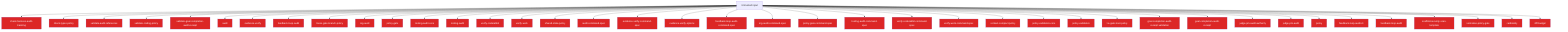
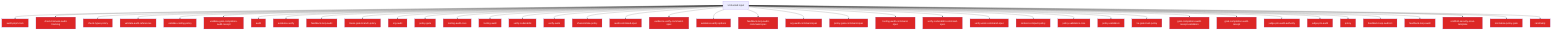
flowchart TD
  Untrusted["Untrusted input"]
+   audit_pnpm_lock_3bdddae2["audit-pnpm-lock"]
+   Untrusted --> audit_pnpm_lock_3bdddae2
  check_harness_audit_tracking_33e6a72e["check-harness-audit-tracking"]
  Untrusted --> check_harness_audit_tracking_33e6a72e
  check_types_policy_cfbecf01["check-types-policy"]
  Untrusted --> check_types_policy_cfbecf01
  validate_audit_references_811f872a["validate-audit-references"]
  Untrusted --> validate_audit_references_811f872a
  validate_coding_policy_29976175["validate-coding-policy"]
  Untrusted --> validate_coding_policy_29976175
  validate_goal_completion_audit_receipt_100d252c["validate-goal-completion-audit-receipt"]
  Untrusted --> validate_goal_completion_audit_receipt_100d252c
  audit_b81f37a0["audit"]
  Untrusted --> audit_b81f37a0
  evidence_verify_3b73c290["evidence-verify"]
  Untrusted --> evidence_verify_3b73c290
  feedback_loop_audit_0ac0ec9d["feedback-loop-audit"]
  Untrusted --> feedback_loop_audit_0ac0ec9d
  linear_gate_branch_policy_13c4707c["linear-gate-branch-policy"]
  Untrusted --> linear_gate_branch_policy_13c4707c
  org_audit_d739e44b["org-audit"]
  Untrusted --> org_audit_d739e44b
  policy_gate_213f7313["policy-gate"]
  Untrusted --> policy_gate_213f7313
  tooling_audit_core_328d6a41["tooling-audit-core"]
  Untrusted --> tooling_audit_core_328d6a41
  tooling_audit_8a8239ff["tooling-audit"]
  Untrusted --> tooling_audit_8a8239ff
  verify_coderabbit_490b4e71["verify-coderabbit"]
  Untrusted --> verify_coderabbit_490b4e71
  verify_work_df70ecac["verify-work"]
  Untrusted --> verify_work_df70ecac
  shared_state_policy_edc9c4db["shared-state-policy"]
  Untrusted --> shared_state_policy_edc9c4db
  audit_command_spec_5acf0149["audit-command-spec"]
  Untrusted --> audit_command_spec_5acf0149
  evidence_verify_command_spec_e1cbfea2["evidence-verify-command-spec"]
  Untrusted --> evidence_verify_command_spec_e1cbfea2
  evidence_verify_options_3505c520["evidence-verify-options"]
  Untrusted --> evidence_verify_options_3505c520
  feedback_loop_audit_command_spec_27e599c4["feedback-loop-audit-command-spec"]
  Untrusted --> feedback_loop_audit_command_spec_27e599c4
  org_audit_command_spec_1a570341["org-audit-command-spec"]
  Untrusted --> org_audit_command_spec_1a570341
  policy_gate_command_spec_71e8726a["policy-gate-command-spec"]
  Untrusted --> policy_gate_command_spec_71e8726a
  tooling_audit_command_spec_e0e57863["tooling-audit-command-spec"]
  Untrusted --> tooling_audit_command_spec_e0e57863
  verify_coderabbit_command_spec_68cc9ec5["verify-coderabbit-command-spec"]
  Untrusted --> verify_coderabbit_command_spec_68cc9ec5
  verify_work_command_spec_d6c94ac8["verify-work-command-spec"]
  Untrusted --> verify_work_command_spec_d6c94ac8
  context_compact_policy_3dcaf95d["context-compact-policy"]
  Untrusted --> context_compact_policy_3dcaf95d
  policy_validators_core_714a3fe7["policy-validators-core"]
  Untrusted --> policy_validators_core_714a3fe7
  policy_validators_6682e192["policy-validators"]
  Untrusted --> policy_validators_6682e192
  he_gate_trust_policy_b1126dfd["he-gate-trust-policy"]
  Untrusted --> he_gate_trust_policy_b1126dfd
  goal_completion_audit_receipt_validation_9d0f4891["goal-completion-audit-receipt-validation"]
  Untrusted --> goal_completion_audit_receipt_validation_9d0f4891
  goal_completion_audit_receipt_5e4939c3["goal-completion-audit-receipt"]
  Untrusted --> goal_completion_audit_receipt_5e4939c3
  judge_pm_audit_authority_c311b050["judge-pm-audit-authority"]
  Untrusted --> judge_pm_audit_authority_c311b050
  judge_pm_audit_ccd20b35["judge-pm-audit"]
  Untrusted --> judge_pm_audit_ccd20b35
  policy_823412d1["policy"]
  Untrusted --> policy_823412d1
  feedback_loop_audit_cli_fd8f38dc["feedback-loop-audit-cli"]
  Untrusted --> feedback_loop_audit_cli_fd8f38dc
  feedback_loop_audit_1_c7be4304["feedback-loop-audit"]
  Untrusted --> feedback_loop_audit_1_c7be4304
  scaffold_security_scan_template_55bc7465["scaffold-security-scan-template"]
  Untrusted --> scaffold_security_scan_template_55bc7465
  normalise_policy_gate_90229693["normalise-policy-gate"]
  Untrusted --> normalise_policy_gate_90229693
  cardinality_ebef8aff["cardinality"]
  Untrusted --> cardinality_ebef8aff
-   diff_budget_1_9f85eb1c["diff-budget"]
-   Untrusted --> diff_budget_1_9f85eb1c
  classDef securityNode fill:#dc2626,color:#fff
-   class check_harness_audit_tracking_33e6a72e,check_types_policy_cfbecf01,validate_audit_references_811f872a,validate_coding_policy_29976175,validate_goal_completion_audit_receipt_100d252c,audit_b81f37a0,evidence_verify_3b73c290,feedback_loop_audit_0ac0ec9d,linear_gate_branch_policy_13c4707c,org_audit_d739e44b,policy_gate_213f7313,tooling_audit_core_328d6a41,tooling_audit_8a8239ff,verify_coderabbit_490b4e71,verify_work_df70ecac,shared_state_policy_edc9c4db,audit_command_spec_5acf0149,evidence_verify_command_spec_e1cbfea2,evidence_verify_options_3505c520,feedback_loop_audit_command_spec_27e599c4,org_audit_command_spec_1a570341,policy_gate_command_spec_71e8726a,tooling_audit_command_spec_e0e57863,verify_coderabbit_command_spec_68cc9ec5,verify_work_command_spec_d6c94ac8,context_compact_policy_3dcaf95d,policy_validators_core_714a3fe7,policy_validators_6682e192,he_gate_trust_policy_b1126dfd,goal_completion_audit_receipt_validation_9d0f4891,goal_completion_audit_receipt_5e4939c3,judge_pm_audit_authority_c311b050,judge_pm_audit_ccd20b35,policy_823412d1,feedback_loop_audit_cli_fd8f38dc,feedback_loop_audit_1_c7be4304,scaffold_security_scan_template_55bc7465,normalise_policy_gate_90229693,cardinality_ebef8aff,diff_budget_1_9f85eb1c securityNode
+   class audit_pnpm_lock_3bdddae2,check_harness_audit_tracking_33e6a72e,check_types_policy_cfbecf01,validate_audit_references_811f872a,validate_coding_policy_29976175,validate_goal_completion_audit_receipt_100d252c,audit_b81f37a0,evidence_verify_3b73c290,feedback_loop_audit_0ac0ec9d,linear_gate_branch_policy_13c4707c,org_audit_d739e44b,policy_gate_213f7313,tooling_audit_core_328d6a41,tooling_audit_8a8239ff,verify_coderabbit_490b4e71,verify_work_df70ecac,shared_state_policy_edc9c4db,audit_command_spec_5acf0149,evidence_verify_command_spec_e1cbfea2,evidence_verify_options_3505c520,feedback_loop_audit_command_spec_27e599c4,org_audit_command_spec_1a570341,policy_gate_command_spec_71e8726a,tooling_audit_command_spec_e0e57863,verify_coderabbit_command_spec_68cc9ec5,verify_work_command_spec_d6c94ac8,context_compact_policy_3dcaf95d,policy_validators_core_714a3fe7,policy_validators_6682e192,he_gate_trust_policy_b1126dfd,goal_completion_audit_receipt_validation_9d0f4891,goal_completion_audit_receipt_5e4939c3,judge_pm_audit_authority_c311b050,judge_pm_audit_ccd20b35,policy_823412d1,feedback_loop_audit_cli_fd8f38dc,feedback_loop_audit_1_c7be4304,scaffold_security_scan_template_55bc7465,normalise_policy_gate_90229693,cardinality_ebef8aff securityNode
